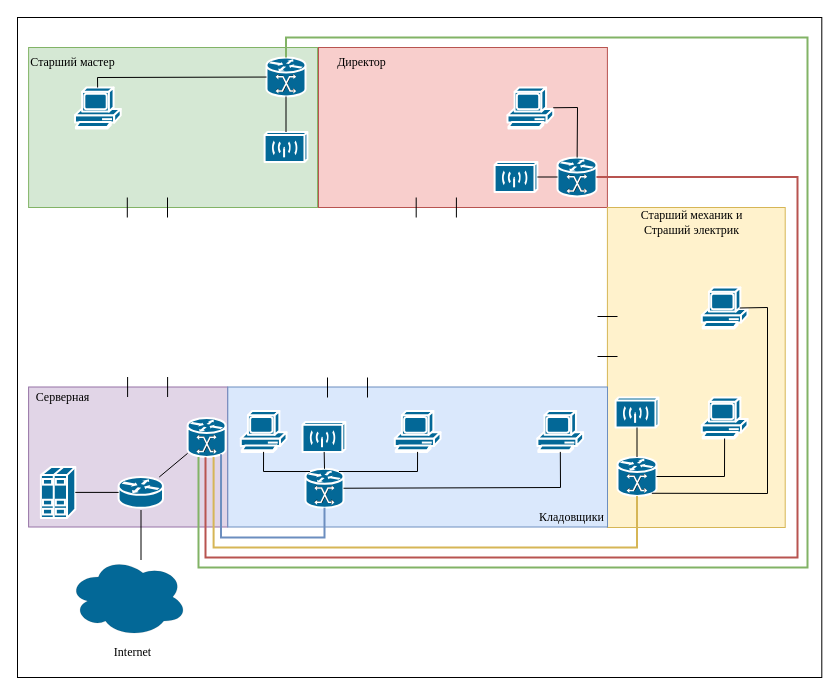
Earlier version of the draw.io diagram CourseWork/CourseWork.drawio (Hlebnica/ComputerNetworks). Source tidied: cells renumbered, new cells numbered last; positions are measured from the earlier drawing's top-left corner, leaving out a move shared by most shapes. Both pictures are drawn from the tidied source at 100%, with x=0, y=0 at pixel (17, 17).
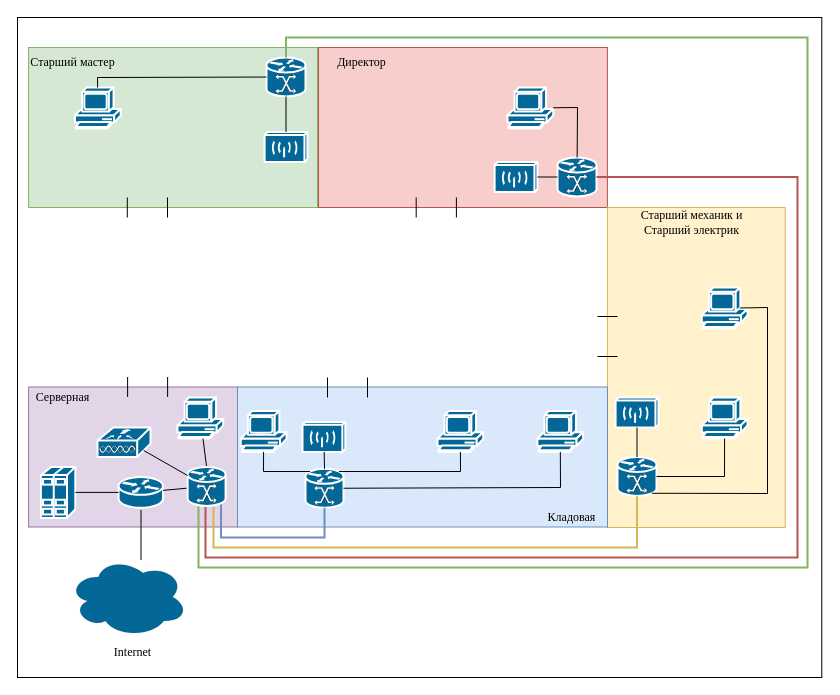
The same diagram, later.

The change refers to these unchanged cells:
```xml
<mxCell id="19" style="shape=mxgraph.cisco.switches.mgx_8000_multiservice_switch;sketch=0;html=1;dashed=0;fillColor=#036897;strokeColor=#ffffff;strokeWidth=2;verticalLabelPosition=bottom;verticalAlign=top;align=center;outlineConnect=0;" parent="1" vertex="1">
  <mxGeometry x="249" y="40" width="39" height="39" as="geometry" />
</mxCell>
<mxCell id="25" style="shape=mxgraph.cisco.switches.mgx_8000_multiservice_switch;sketch=0;html=1;dashed=0;fillColor=#036897;strokeColor=#ffffff;strokeWidth=2;verticalLabelPosition=bottom;verticalAlign=top;align=center;outlineConnect=0;" parent="1" vertex="1">
  <mxGeometry x="540" y="140" width="39" height="39" as="geometry" />
</mxCell>
<mxCell id="29" style="shape=mxgraph.cisco.switches.mgx_8000_multiservice_switch;sketch=0;html=1;dashed=0;fillColor=#036897;strokeColor=#ffffff;strokeWidth=2;verticalLabelPosition=bottom;verticalAlign=top;align=center;outlineConnect=0;" parent="1" vertex="1">
  <mxGeometry x="600" y="439.5" width="39" height="39" as="geometry" />
</mxCell>
<mxCell id="41" style="shape=mxgraph.cisco.switches.mgx_8000_multiservice_switch;sketch=0;html=1;dashed=0;fillColor=#036897;strokeColor=#ffffff;strokeWidth=2;verticalLabelPosition=bottom;verticalAlign=top;align=center;outlineConnect=0;" parent="1" vertex="1">
  <mxGeometry x="288" y="451.3" width="38" height="39" as="geometry" />
</mxCell>
```

Change to the diagram source:
```diff
@@
     <mxCell id="4" style="rounded=0;whiteSpace=wrap;html=1;fillColor=#e1d5e7;strokeColor=#9673a6;" parent="1" vertex="1">
-      <mxGeometry x="11.1" y="369.5" width="199" height="140" as="geometry" />
+      <mxGeometry x="11.1" y="369.5" width="208.9" height="140" as="geometry" />
     </mxCell>
@@
-    <mxCell id="13" style="shape=mxgraph.cisco.switches.mgx_8000_multiservice_switch;sketch=0;html=1;dashed=0;fillColor=#036897;strokeColor=#ffffff;strokeWidth=2;verticalLabelPosition=bottom;verticalAlign=top;align=center;outlineConnect=0;" parent="1" vertex="1">
-      <mxGeometry x="170.1" y="400.5" width="38" height="39" as="geometry" />
-    </mxCell>
@@
-    <mxCell id="28" value="Старший механик и &lt;br&gt;Страший электрик" style="text;html=1;strokeColor=none;fillColor=none;align=center;verticalAlign=middle;whiteSpace=wrap;rounded=0;fontFamily=Times New Roman;fontSize=12;" parent="1" vertex="1">
+    <mxCell id="28" value="Старший механик и &lt;br&gt;Старший&amp;nbsp;электрик" style="text;html=1;strokeColor=none;fillColor=none;align=center;verticalAlign=middle;whiteSpace=wrap;rounded=0;fontFamily=Times New Roman;fontSize=12;" parent="1" vertex="1">
       <mxGeometry x="588.9" y="190" width="171.1" height="30" as="geometry" />
     </mxCell>
@@
     <mxCell id="34" style="rounded=0;whiteSpace=wrap;html=1;fillColor=#dae8fc;strokeColor=#6c8ebf;" parent="1" vertex="1">
-      <mxGeometry x="210.3" y="369.5" width="379.7" height="140" as="geometry" />
+      <mxGeometry x="220" y="369.5" width="370" height="140" as="geometry" />
     </mxCell>
@@
-    <mxCell id="37" value="Кладовщики" style="text;html=1;strokeColor=none;fillColor=none;align=center;verticalAlign=middle;whiteSpace=wrap;rounded=0;fontFamily=Times New Roman;fontSize=12;" parent="1" vertex="1">
+    <mxCell id="37" value="Кладовая" style="text;html=1;strokeColor=none;fillColor=none;align=center;verticalAlign=middle;whiteSpace=wrap;rounded=0;fontFamily=Times New Roman;fontSize=12;" parent="1" vertex="1">
       <mxGeometry x="519.9" y="489.5" width="69" height="20" as="geometry" />
     </mxCell>
@@
     <mxCell id="39" style="shape=mxgraph.cisco.computers_and_peripherals.pc;sketch=0;html=1;dashed=0;fillColor=#036897;strokeColor=#ffffff;strokeWidth=2;verticalLabelPosition=bottom;verticalAlign=top;align=center;outlineConnect=0;" parent="1" vertex="1">
-      <mxGeometry x="377.3" y="393.4" width="45.7" height="41" as="geometry" />
+      <mxGeometry x="420" y="393.4" width="45.7" height="41" as="geometry" />
     </mxCell>
@@
-    <mxCell id="43" style="endArrow=none;html=1;rounded=0;fillColor=#fff2cc;strokeColor=#d6b656;strokeWidth=2;edgeStyle=orthogonalEdgeStyle;exitX=0.5;exitY=1;exitDx=0;exitDy=0;exitPerimeter=0;" parent="1" edge="1" source="29">
-      <mxGeometry relative="1" as="geometry">
-        <mxPoint x="196.1" y="439.5" as="targetPoint" />
-        <Array as="points">
-          <mxPoint x="620" y="530" />
-          <mxPoint x="196" y="530" />
-        </Array>
-      </mxGeometry>
-    </mxCell>
@@
     <mxCell id="45" style="endArrow=none;html=1;rounded=0;exitX=0.88;exitY=0.07;exitDx=0;exitDy=0;exitPerimeter=0;" parent="1" edge="1" source="41" target="39">
       <mxGeometry relative="1" as="geometry">
         <Array as="points">
-          <mxPoint x="400" y="454" />
+          <mxPoint x="443" y="454" />
         </Array>
       </mxGeometry>
     </mxCell>
@@
-    <mxCell id="49" style="endArrow=none;html=1;rounded=0;edgeStyle=orthogonalEdgeStyle;fillColor=#f8cecc;strokeColor=#b85450;strokeWidth=2;" parent="1" edge="1" source="25">
+    <mxCell id="49" style="endArrow=none;html=1;rounded=0;edgeStyle=orthogonalEdgeStyle;fillColor=#f8cecc;strokeColor=#b85450;strokeWidth=2;entryX=0.5;entryY=1;entryDx=0;entryDy=0;entryPerimeter=0;" parent="1" edge="1" source="25" target="13">
       <mxGeometry relative="1" as="geometry">
-        <mxPoint x="188" y="439.8" as="targetPoint" />
         <Array as="points">
-          <mxPoint x="780" y="160" />
+          <mxPoint x="780" y="159" />
           <mxPoint x="780" y="540" />
           <mxPoint x="188" y="540" />
+          <mxPoint x="188" y="488" />
         </Array>
       </mxGeometry>
     </mxCell>
-    <mxCell id="50" style="endArrow=none;html=1;rounded=0;edgeStyle=orthogonalEdgeStyle;fillColor=#d5e8d4;strokeColor=#82b366;strokeWidth=2;" parent="1" edge="1" source="19">
+    <mxCell id="50" style="endArrow=none;html=1;rounded=0;edgeStyle=orthogonalEdgeStyle;fillColor=#d5e8d4;strokeColor=#82b366;strokeWidth=2;" parent="1" edge="1" source="19" target="13">
       <mxGeometry relative="1" as="geometry">
-        <mxPoint x="181" y="439.5" as="targetPoint" />
         <Array as="points">
           <mxPoint x="269" y="20" />
           <mxPoint x="790" y="20" />
           <mxPoint x="790" y="550" />
           <mxPoint x="181" y="550" />
         </Array>
       </mxGeometry>
     </mxCell>
@@
+    <mxCell id="61" style="shape=mxgraph.cisco.computers_and_peripherals.pc;sketch=0;html=1;dashed=0;fillColor=#036897;strokeColor=#ffffff;strokeWidth=2;verticalLabelPosition=bottom;verticalAlign=top;align=center;outlineConnect=0;" parent="1" vertex="1">
+      <mxGeometry x="160" y="380" width="45.7" height="41" as="geometry" />
+    </mxCell>
+    <mxCell id="62" style="endArrow=none;html=1;rounded=0;exitX=0.5;exitY=0;exitDx=0;exitDy=0;exitPerimeter=0;" parent="1" edge="1" source="13" target="61">
+      <mxGeometry relative="1" as="geometry" />
+    </mxCell>
+    <mxCell id="63" style="endArrow=none;html=1;rounded=0;fillColor=#fff2cc;strokeColor=#d6b656;strokeWidth=2;edgeStyle=orthogonalEdgeStyle;exitX=0.5;exitY=1;exitDx=0;exitDy=0;exitPerimeter=0;" parent="1" edge="1" source="29" target="13">
+      <mxGeometry relative="1" as="geometry">
+        <Array as="points">
+          <mxPoint x="620" y="530" />
+          <mxPoint x="196" y="530" />
+        </Array>
+      </mxGeometry>
+    </mxCell>
+    <mxCell id="13" style="shape=mxgraph.cisco.switches.mgx_8000_multiservice_switch;sketch=0;html=1;dashed=0;fillColor=#036897;strokeColor=#ffffff;strokeWidth=2;verticalLabelPosition=bottom;verticalAlign=top;align=center;outlineConnect=0;" parent="1" vertex="1">
+      <mxGeometry x="170.1" y="449.4" width="38" height="39" as="geometry" />
+    </mxCell>
+    <mxCell id="64" style="shape=mxgraph.cisco.wireless.wlan_controller;sketch=0;html=1;dashed=0;fillColor=#036897;strokeColor=#ffffff;strokeWidth=2;verticalLabelPosition=bottom;verticalAlign=top;align=center;outlineConnect=0;" parent="1" vertex="1">
+      <mxGeometry x="80" y="410" width="53" height="29.4" as="geometry" />
+    </mxCell>
+    <mxCell id="65" style="endArrow=none;html=1;rounded=0;exitX=0.87;exitY=0.78;exitDx=0;exitDy=0;exitPerimeter=0;" parent="1" edge="1" source="64" target="13">
+      <mxGeometry relative="1" as="geometry" />
+    </mxCell>
```
